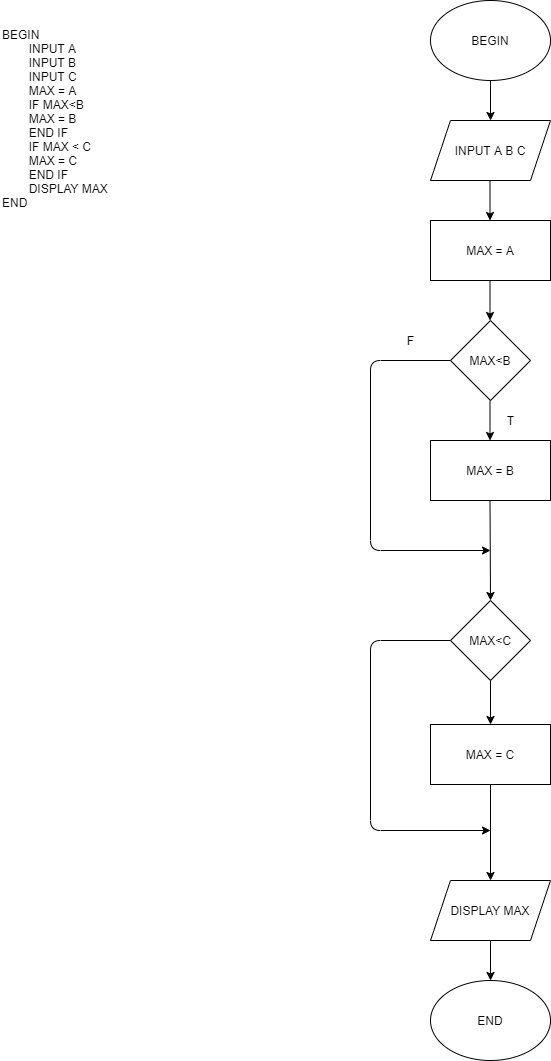
Namtranvn1991/C0721G2-Nguy-n-Nam-Tr-n keeps this draw.io diagram as module1/3. Mô tả thuật toán bằng Pseudo code & Flowchart/baitap/[Bài tập] Mô tả thuật toán tìm giá trị lớn nhất trong 3 số.png. Above is the earlier version. Source tidied: cells renumbered, new cells last; positions are measured from the earlier drawing's top-left corner, leaving out a move shared by most shapes.
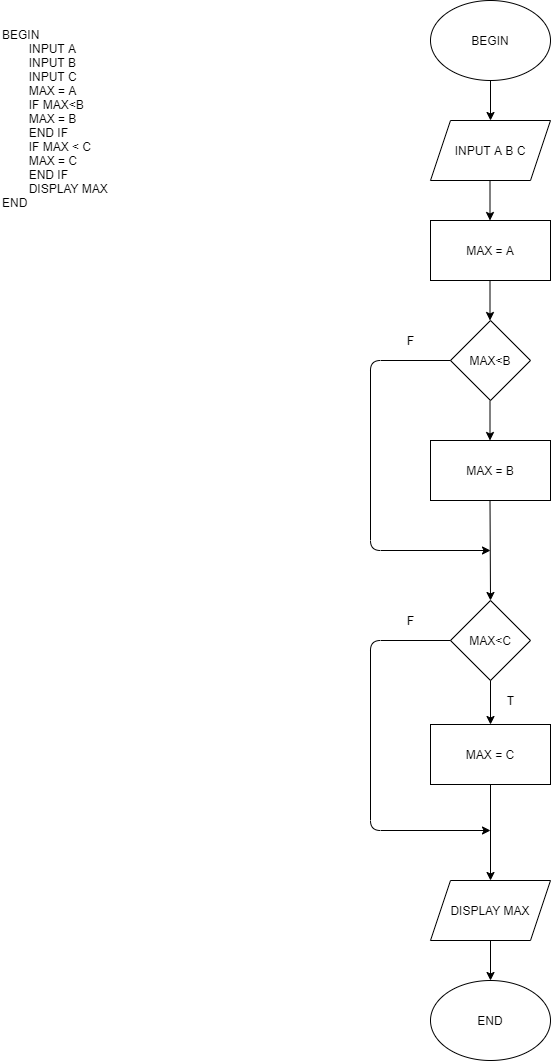
Above is the later version.

Diff of the diagram source:
```diff
@@ -65,7 +65,7 @@
       <mxGeometry x="400" y="330" width="20" height="20" as="geometry" />
     </mxCell>
     <mxCell id="17" value="T" style="text;html=1;align=center;verticalAlign=middle;strokeColor=none;" parent="1" vertex="1">
-      <mxGeometry x="500" y="410" width="20" height="20" as="geometry" />
+      <mxGeometry x="500" y="690" width="20" height="20" as="geometry" />
     </mxCell>
     <mxCell id="18" style="edgeStyle=orthogonalEdgeStyle;rounded=0;jettySize=auto;html=1;" parent="1" edge="1" source="19" target="21">
       <mxGeometry relative="1" as="geometry" />
@@ -92,5 +92,8 @@
     <mxCell id="23" value="END" style="ellipse;whiteSpace=wrap;html=1;" parent="1" vertex="1">
       <mxGeometry x="430" y="980" width="120" height="80" as="geometry" />
     </mxCell>
+    <mxCell id="24" value="F" style="text;html=1;align=center;verticalAlign=middle;strokeColor=none;" parent="1" vertex="1">
+      <mxGeometry x="400" y="610" width="20" height="20" as="geometry" />
+    </mxCell>
   </root>
 </mxGraphModel>
```
